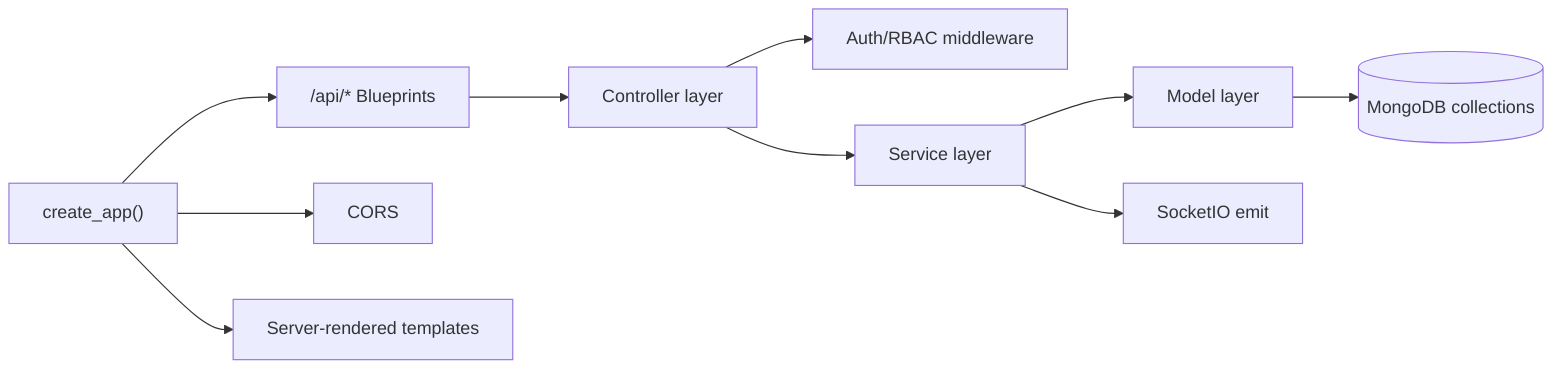
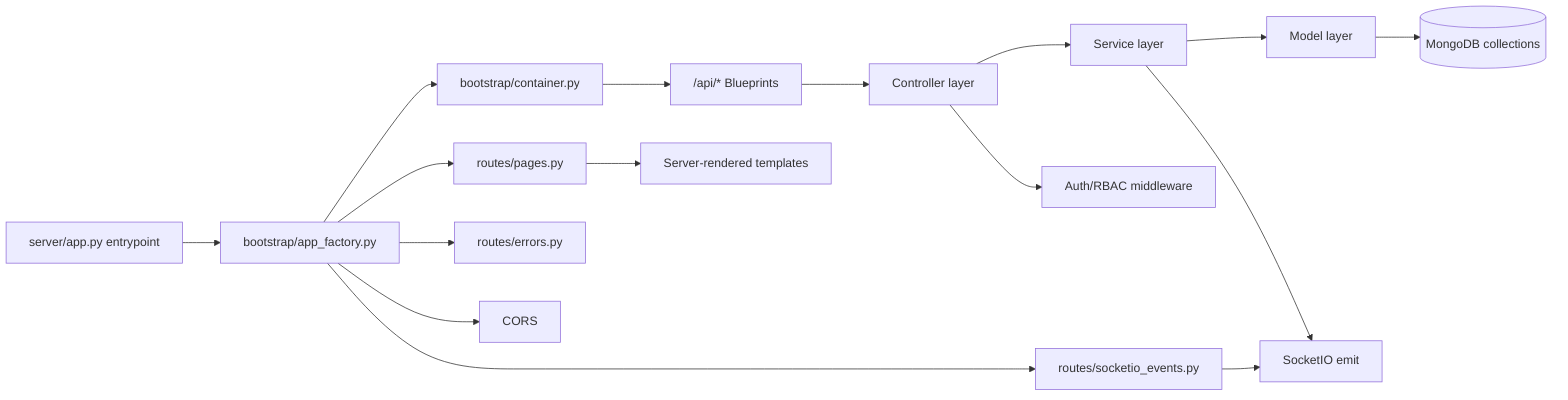
flowchart LR
+   App["server/app.py entrypoint"] --> Factory["bootstrap/app_factory.py"]
+   Factory --> Container["bootstrap/container.py"]
+   Factory --> Pages["routes/pages.py"]
+   Factory --> Errors["routes/errors.py"]
+   Factory --> SocketRoutes["routes/socketio_events.py"]
+   Container --> Route
  Route["/api/* Blueprints"] --> Controller["Controller layer"]
  Controller --> Middleware["Auth/RBAC middleware"]
  Controller --> Service["Service layer"]
  Service --> Model["Model layer"]
  Model --> DB[("MongoDB collections")]
  Service --> SocketIO["SocketIO emit"]
-   App["create_app()"] --> Route
-   App --> CORS["CORS"]
-   App --> Templates["Server-rendered templates"]
+   Factory --> CORS["CORS"]
+   Pages --> Templates["Server-rendered templates"]
+   SocketRoutes --> SocketIO
